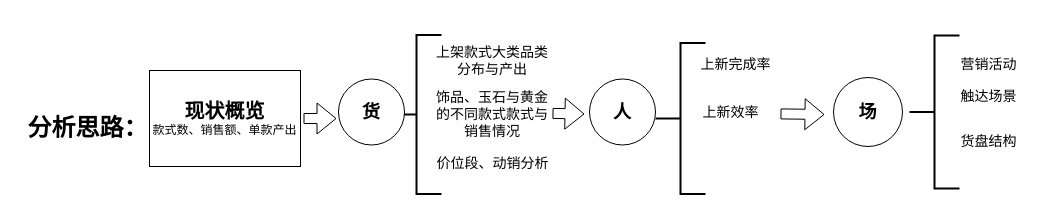
The draw.io diagram 新品分析思路.drawio in 1096372647/my-project, before the edit. Source tidied: cells renumbered, new cells numbered last; positions are measured from the earlier drawing's top-left corner, leaving out a move shared by most shapes. Both pictures are drawn from the tidied source at 100%, with x=0, y=0 at pixel (17, 35).
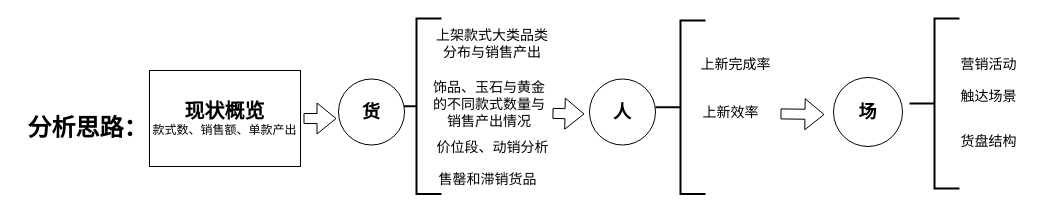
After the change.

Commit message:
更新新品分析思路.drawio

Diff of the diagram source:
```diff
@@
     <mxCell id="5" style="strokeWidth=2;html=1;shape=mxgraph.flowchart.annotation_2;align=left;labelPosition=right;" parent="1" vertex="1">
-      <mxGeometry x="374" y="-0.5" width="50" height="159" as="geometry" />
+      <mxGeometry x="374" y="-17" width="50" height="175.5" as="geometry" />
     </mxCell>
-    <mxCell id="6" value="&lt;font style=&quot;font-size: 14px;&quot;&gt;上架款式大类品类分布与产出&lt;/font&gt;" style="text;html=1;strokeColor=none;fillColor=none;align=center;verticalAlign=middle;whiteSpace=wrap;rounded=0;" parent="1" vertex="1">
-      <mxGeometry x="415" y="-0.5" width="120" height="50" as="geometry" />
+    <mxCell id="6" value="&lt;font style=&quot;font-size: 14px;&quot;&gt;上架款式大类品类分布与&lt;/font&gt;&lt;span style=&quot;font-size: 14px;&quot;&gt;销售产出&lt;/span&gt;" style="text;html=1;strokeColor=none;fillColor=none;align=center;verticalAlign=middle;whiteSpace=wrap;rounded=0;" parent="1" vertex="1">
+      <mxGeometry x="415" y="-17" width="120" height="50" as="geometry" />
     </mxCell>
-    <mxCell id="7" value="&lt;font style=&quot;font-size: 14px;&quot;&gt;饰品、玉石与黄金的不同款式款式与销售情况&lt;/font&gt;" style="text;html=1;strokeColor=none;fillColor=none;align=center;verticalAlign=middle;whiteSpace=wrap;rounded=0;" parent="1" vertex="1">
-      <mxGeometry x="415" y="53.5" width="120" height="50" as="geometry" />
+    <mxCell id="7" value="&lt;font style=&quot;font-size: 14px;&quot;&gt;饰品、玉石与黄金的不同款式数量与销售产出情况&lt;/font&gt;" style="text;html=1;strokeColor=none;fillColor=none;align=center;verticalAlign=middle;whiteSpace=wrap;rounded=0;" parent="1" vertex="1">
+      <mxGeometry x="412" y="43.5" width="120" height="50" as="geometry" />
     </mxCell>
     <mxCell id="8" value="&lt;font style=&quot;font-size: 14px;&quot;&gt;价位段、动销分析&lt;/font&gt;" style="text;html=1;align=center;verticalAlign=middle;strokeColor=none;fillColor=none;" parent="1" vertex="1">
-      <mxGeometry x="405" y="112.5" width="140" height="30" as="geometry" />
+      <mxGeometry x="405" y="97" width="140" height="30" as="geometry" />
     </mxCell>
@@
     <mxCell id="12" style="strokeWidth=2;html=1;shape=mxgraph.flowchart.annotation_2;align=left;labelPosition=right;" parent="1" vertex="1">
-      <mxGeometry x="892" width="50" height="153" as="geometry" />
+      <mxGeometry x="892" y="-17" width="50" height="170" as="geometry" />
     </mxCell>
@@
     <mxCell id="17" style="strokeWidth=2;html=1;shape=mxgraph.flowchart.annotation_2;align=left;labelPosition=right;" parent="1" vertex="1">
-      <mxGeometry x="638" y="7.5" width="50" height="151" as="geometry" />
+      <mxGeometry x="638" y="-15" width="50" height="173.5" as="geometry" />
     </mxCell>
@@
+    <mxCell id="21" value="&lt;font style=&quot;font-size: 14px;&quot;&gt;售罄和滞销货品&lt;/font&gt;" style="text;html=1;align=center;verticalAlign=middle;strokeColor=none;fillColor=none;" parent="1" vertex="1">
+      <mxGeometry x="412" y="129.5" width="116" height="29" as="geometry" />
+    </mxCell>
```
